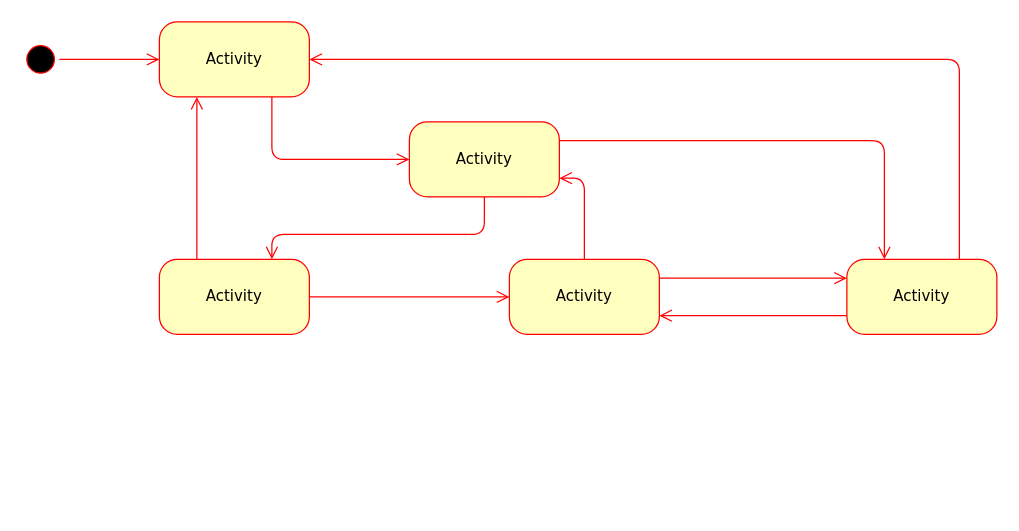
EstebanArellanesConde/servicio-social keeps this draw.io diagram as database/modelo_bd/estados.drawio. Above is the earlier version. Source tidied: cells renumbered, new cells numbered last; positions are measured from the earlier drawing's top-left corner, leaving out a move shared by most shapes. Both pictures are drawn from the tidied source at 125%, with x=0, y=0 at pixel (21, 21).
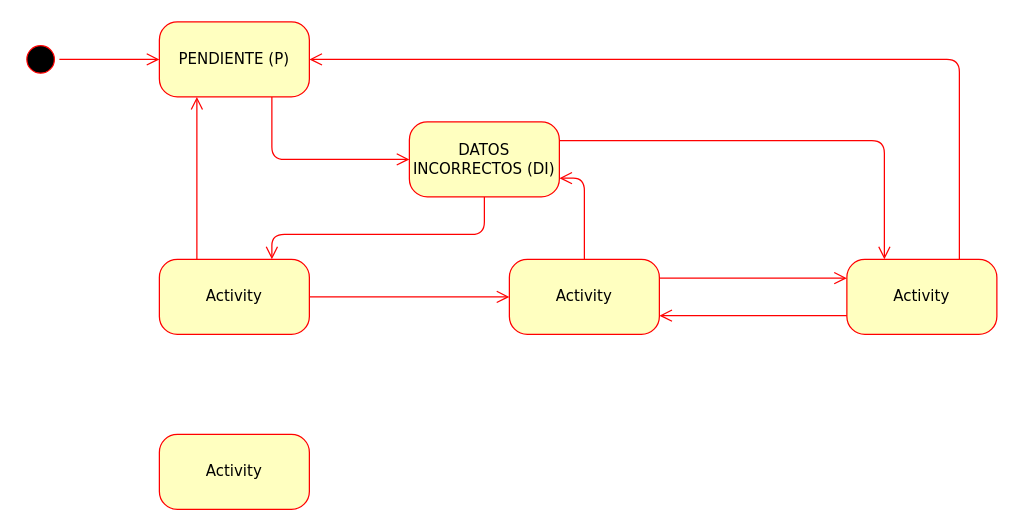
After the change.

The edit, as a diff of the source:
```diff
@@
-    <mxCell id="4" value="Activity" style="rounded=1;whiteSpace=wrap;html=1;arcSize=24;fillColor=#ffffc0;strokeColor=#ff0000;shadow=0;comic=0;labelBackgroundColor=none;fontFamily=Verdana;fontSize=12;fontColor=#000000;align=center;" parent="1" vertex="1">
+    <mxCell id="4" value="PENDIENTE (P)" style="rounded=1;whiteSpace=wrap;html=1;arcSize=24;fillColor=#ffffc0;strokeColor=#ff0000;shadow=0;comic=0;labelBackgroundColor=none;fontFamily=Verdana;fontSize=12;fontColor=#000000;align=center;" parent="1" vertex="1">
       <mxGeometry x="110" width="120" height="60" as="geometry" />
     </mxCell>
@@
-    <mxCell id="6" value="Activity" style="rounded=1;whiteSpace=wrap;html=1;arcSize=24;fillColor=#ffffc0;strokeColor=#ff0000;shadow=0;comic=0;labelBackgroundColor=none;fontFamily=Verdana;fontSize=12;fontColor=#000000;align=center;" parent="1" vertex="1">
+    <mxCell id="6" value="DATOS INCORRECTOS (DI)" style="rounded=1;whiteSpace=wrap;html=1;arcSize=24;fillColor=#ffffc0;strokeColor=#ff0000;shadow=0;comic=0;labelBackgroundColor=none;fontFamily=Verdana;fontSize=12;fontColor=#000000;align=center;" parent="1" vertex="1">
       <mxGeometry x="310" y="80" width="120" height="60" as="geometry" />
     </mxCell>
@@
+    <mxCell id="18" value="Activity" style="rounded=1;whiteSpace=wrap;html=1;arcSize=24;fillColor=#ffffc0;strokeColor=#ff0000;shadow=0;comic=0;labelBackgroundColor=none;fontFamily=Verdana;fontSize=12;fontColor=#000000;align=center;" parent="1" vertex="1">
+      <mxGeometry x="110" y="330" width="120" height="60" as="geometry" />
+    </mxCell>
```
